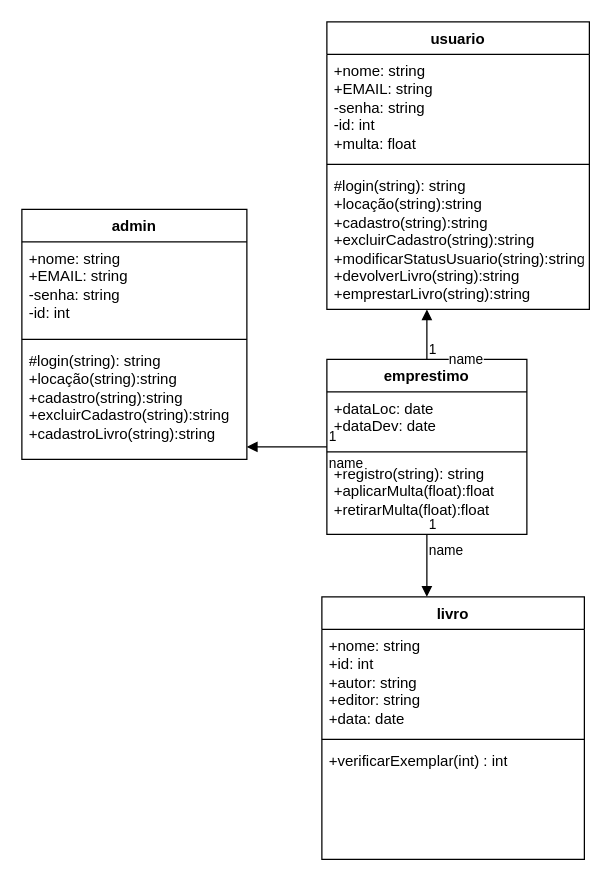
The draw.io diagram biblioteca 5.drawio in BrunoTdS456123/UML-GRUPO, before the edit. Source tidied: cells renumbered, new cells numbered last; positions are measured from the earlier drawing's top-left corner, leaving out a move shared by most shapes. Both pictures are drawn from the tidied source at 125%, with x=0, y=0 at pixel (21, 21).
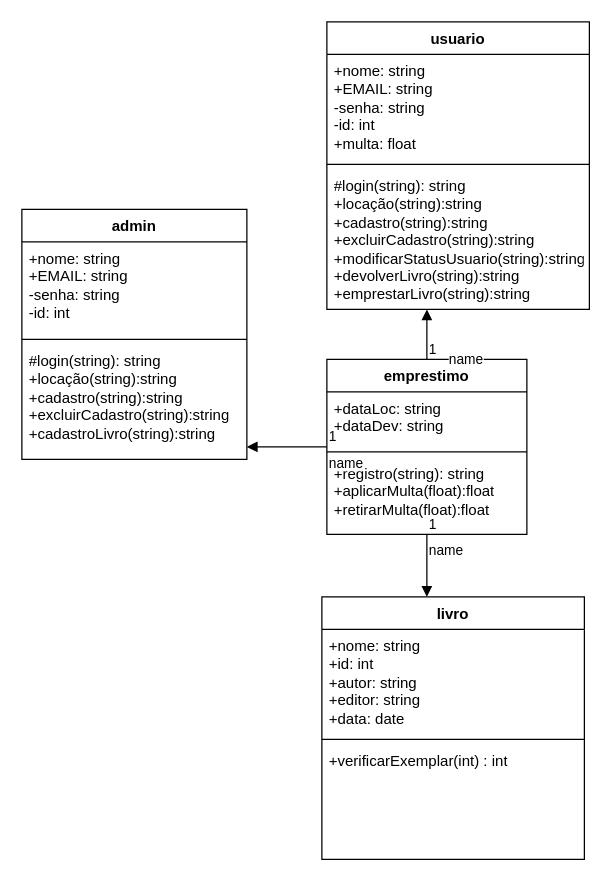
After the change.

Unchanged cells that the change refers to:
```xml
<mxCell id="10" value="emprestimo" style="swimlane;fontStyle=1;align=center;verticalAlign=top;horizontal=1;startSize=26;whiteSpace=wrap;html=1;" parent="1" vertex="1">
  <mxGeometry x="244" y="270" width="160" height="140" as="geometry" />
</mxCell>
```

What changed in the source:
```diff
@@
-    <mxCell id="11" value="+dataLoc: date&lt;div&gt;+dataDev: date&lt;br&gt;&lt;/div&gt;&lt;div&gt;&lt;br&gt;&lt;/div&gt;" style="text;strokeColor=none;fillColor=none;align=left;verticalAlign=top;spacingLeft=4;spacingRight=4;overflow=hidden;whiteSpace=wrap;html=1;" parent="10" vertex="1">
+    <mxCell id="11" value="+dataLoc: string&lt;div&gt;+dataDev: string&lt;br&gt;&lt;/div&gt;&lt;div&gt;&lt;br&gt;&lt;/div&gt;" style="text;strokeColor=none;fillColor=none;align=left;verticalAlign=top;spacingLeft=4;spacingRight=4;overflow=hidden;whiteSpace=wrap;html=1;" parent="10" vertex="1">
       <mxGeometry y="26" width="160" height="44" as="geometry" />
     </mxCell>
```
